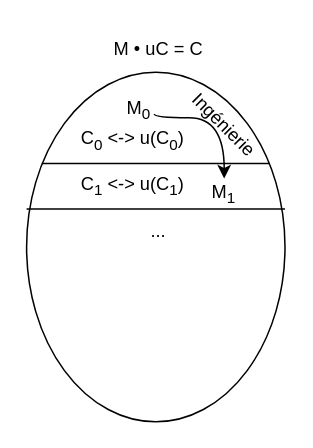
Above: diagramme/machine_evolution_ingenerie.drawio in mathben/memoire_generateur_code_2023 (draw.io), before the change. Source tidied: cells renumbered, new cells numbered last; positions are measured from the earlier drawing's top-left corner, leaving out a move shared by most shapes. Both pictures are drawn from the tidied source at 152%, with x=0, y=0 at pixel (26, 26).
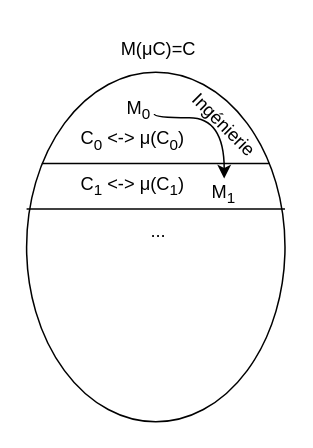
The same page after the edit.

Commit message (it also covers changes not shown here):
[ADD] diagramme séquence

Change to the diagram source:
```diff
@@
 <mxGraphModel>
   <root>
     <mxCell id="0" />
     <mxCell id="1" parent="0" />
     <mxCell id="2" style="ellipse;whiteSpace=wrap;html=1;" parent="1" vertex="1">
       <mxGeometry y="30" width="170" height="230" as="geometry" />
     </mxCell>
-    <mxCell id="3" value="C&lt;sub&gt;0&lt;/sub&gt; &amp;lt;-&amp;gt; u(C&lt;sub&gt;0&lt;/sub&gt;)" style="text;html=1;strokeColor=none;fillColor=none;align=center;verticalAlign=middle;whiteSpace=wrap;rounded=0;" parent="1" vertex="1">
+    <mxCell id="3" value="C&lt;sub&gt;0&lt;/sub&gt; &amp;lt;-&amp;gt; μ(C&lt;sub&gt;0&lt;/sub&gt;)" style="text;html=1;strokeColor=none;fillColor=none;align=center;verticalAlign=middle;whiteSpace=wrap;rounded=0;" parent="1" vertex="1">
       <mxGeometry x="30" y="60" width="80" height="30" as="geometry" />
     </mxCell>
-    <mxCell id="4" value="C&lt;sub&gt;1&lt;/sub&gt; &amp;lt;-&amp;gt; u(C&lt;sub&gt;1&lt;/sub&gt;)" style="text;html=1;strokeColor=none;fillColor=none;align=center;verticalAlign=middle;whiteSpace=wrap;rounded=0;" parent="1" vertex="1">
+    <mxCell id="4" value="C&lt;sub&gt;1&lt;/sub&gt; &amp;lt;-&amp;gt; μ(C&lt;sub&gt;1&lt;/sub&gt;)" style="text;html=1;strokeColor=none;fillColor=none;align=center;verticalAlign=middle;whiteSpace=wrap;rounded=0;" parent="1" vertex="1">
       <mxGeometry x="30" y="90" width="80" height="30" as="geometry" />
     </mxCell>
-    <mxCell id="5" value="M • uC = C " style="text;html=1;strokeColor=none;fillColor=none;align=center;verticalAlign=middle;whiteSpace=wrap;rounded=0;" parent="1" vertex="1">
+    <mxCell id="5" value="M(μC)=C " style="text;html=1;strokeColor=none;fillColor=none;align=center;verticalAlign=middle;whiteSpace=wrap;rounded=0;" parent="1" vertex="1">
       <mxGeometry x="54" width="66" height="30" as="geometry" />
     </mxCell>
     <mxCell id="6" style="endArrow=none;html=1;rounded=0;" parent="1" edge="1">
       <mxGeometry relative="1" as="geometry">
         <mxPoint x="10" y="90" as="sourcePoint" />
         <mxPoint x="160" y="90" as="targetPoint" />
       </mxGeometry>
     </mxCell>
     <mxCell id="7" value="Ingénierie" style="text;html=1;strokeColor=none;fillColor=none;align=center;verticalAlign=middle;whiteSpace=wrap;rounded=0;rotation=45;" parent="1" vertex="1">
       <mxGeometry x="100" y="50" width="60" height="30" as="geometry" />
     </mxCell>
     <mxCell id="8" style="edgeStyle=orthogonalEdgeStyle;rounded=0;jettySize=auto;html=1;curved=1;exitX=1;exitY=0.75;exitDx=0;exitDy=0;entryX=0.5;entryY=0;entryDx=0;entryDy=0;" parent="1" edge="1" source="9" target="10">
       <mxGeometry relative="1" as="geometry">
         <Array as="points">
           <mxPoint x="84" y="60" />
           <mxPoint x="130" y="60" />
         </Array>
       </mxGeometry>
     </mxCell>
     <mxCell id="9" value="M&lt;sub&gt;0&lt;/sub&gt;" style="text;html=1;strokeColor=none;fillColor=none;align=center;verticalAlign=middle;whiteSpace=wrap;rounded=0;" parent="1" vertex="1">
       <mxGeometry x="64" y="50" width="20" height="10" as="geometry" />
     </mxCell>
     <mxCell id="10" value="M&lt;sub&gt;1&lt;/sub&gt;" style="text;html=1;strokeColor=none;fillColor=none;align=center;verticalAlign=middle;whiteSpace=wrap;rounded=0;" parent="1" vertex="1">
       <mxGeometry x="120" y="100" width="20" height="20" as="geometry" />
     </mxCell>
     <mxCell id="11" style="endArrow=none;html=1;rounded=0;curved=1;" parent="1" edge="1">
       <mxGeometry relative="1" as="geometry">
         <mxPoint y="120" as="sourcePoint" />
         <mxPoint x="170" y="120" as="targetPoint" />
       </mxGeometry>
     </mxCell>
     <mxCell id="12" value="..." style="text;html=1;strokeColor=none;fillColor=none;align=center;verticalAlign=middle;whiteSpace=wrap;rounded=0;" parent="1" vertex="1">
       <mxGeometry x="57" y="120" width="60" height="30" as="geometry" />
     </mxCell>
   </root>
 </mxGraphModel>
```
